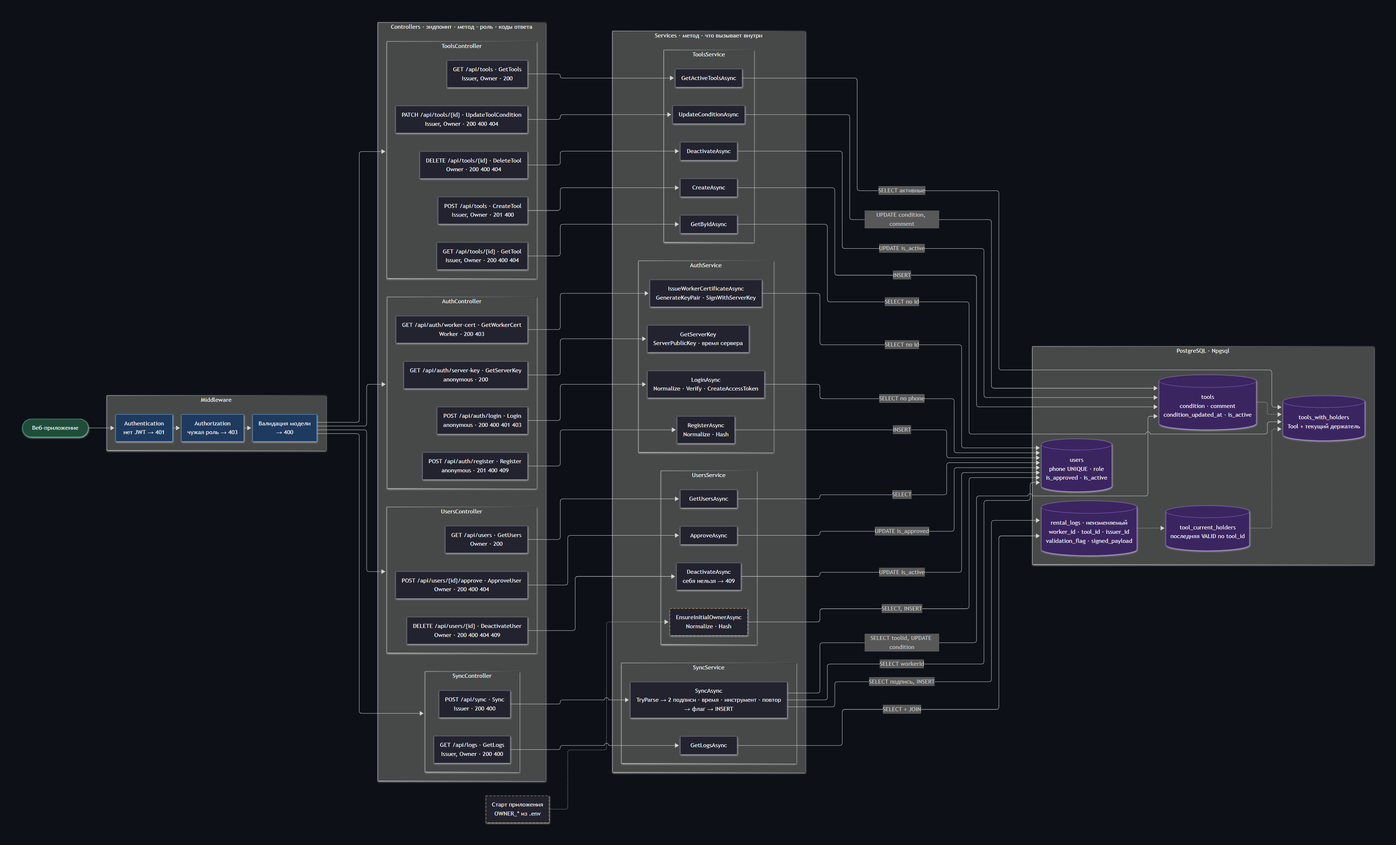
Earlier version of the Mermaid export docs/architecture/images/4-detailed.png (nelex12/account-this). Its source is kept beside it as docs/architecture/4-detailed.mmd.
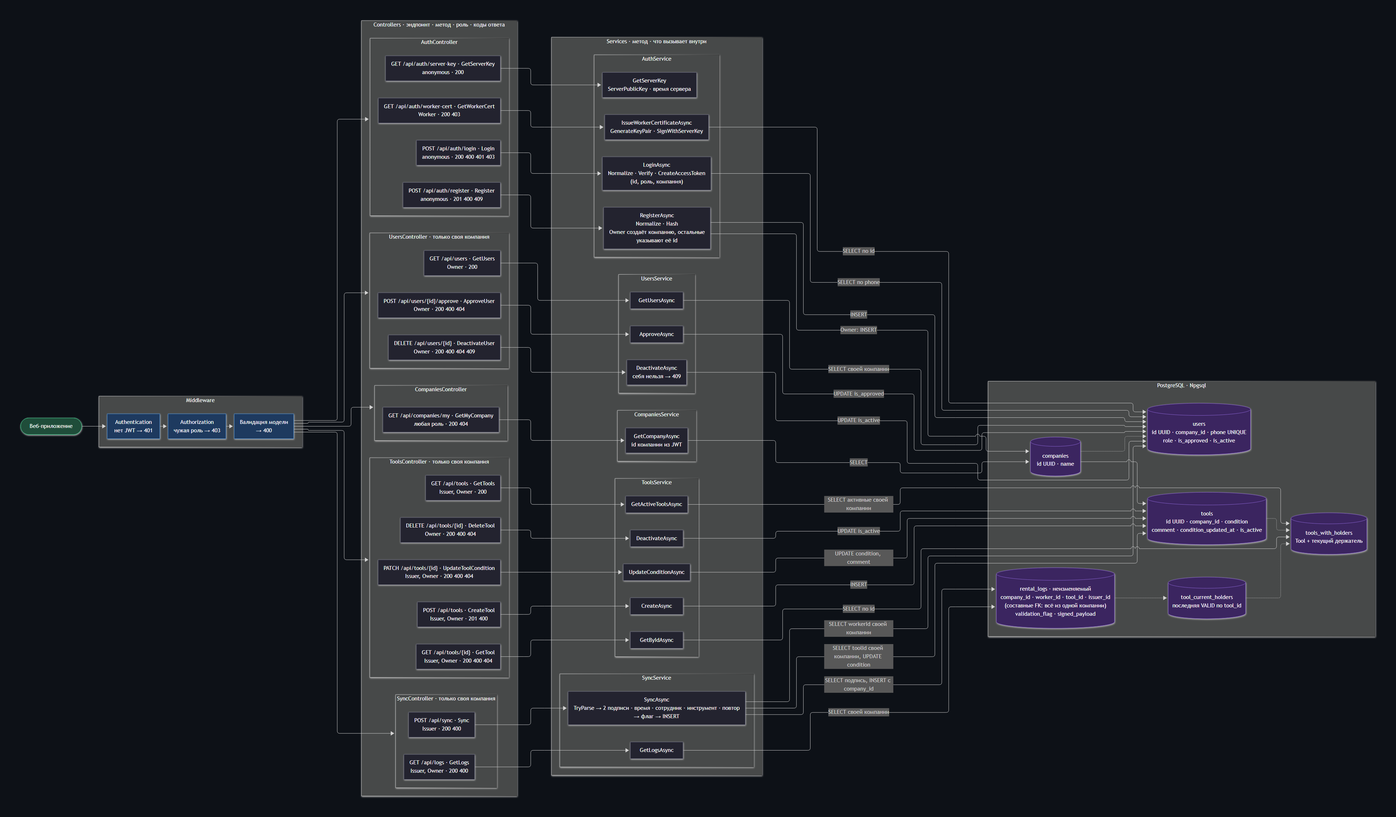
The same diagram one commit later.

Diff of the diagram source:
```diff
@@ -25,40 +25,43 @@
             E_key["GET /api/auth/server-key · GetServerKey<br/>anonymous · 200"]
             E_cert["GET /api/auth/worker-cert · GetWorkerCert<br/>Worker · 200 403"]
         end
-        subgraph UsersCtl["UsersController"]
+        subgraph CompaniesCtl["CompaniesController"]
+            E_companies["GET /api/companies/my · GetMyCompany<br/>любая роль · 200 404"]
+        end
+        subgraph UsersCtl["UsersController · только своя компания"]
             E_users["GET /api/users · GetUsers<br/>Owner · 200"]
             E_fire["DELETE /api/users/{id} · DeactivateUser<br/>Owner · 200 400 404 409"]
             E_approve["POST /api/users/{id}/approve · ApproveUser<br/>Owner · 200 400 404"]
         end
-        subgraph ToolsCtl["ToolsController"]
+        subgraph ToolsCtl["ToolsController · только своя компания"]
             E_tools["GET /api/tools · GetTools<br/>Issuer, Owner · 200"]
             E_tnew["POST /api/tools · CreateTool<br/>Issuer, Owner · 201 400"]
             E_tget["GET /api/tools/{id} · GetTool<br/>Issuer, Owner · 200 400 404"]
             E_tpatch["PATCH /api/tools/{id} · UpdateToolCondition<br/>Issuer, Owner · 200 400 404"]
             E_tdel["DELETE /api/tools/{id} · DeleteTool<br/>Owner · 200 400 404"]
         end
-        subgraph SyncCtl["SyncController"]
+        subgraph SyncCtl["SyncController · только своя компания"]
             E_sync["POST /api/sync · Sync<br/>Issuer · 200 400"]
             E_logs["GET /api/logs · GetLogs<br/>Issuer, Owner · 200 400"]
         end
     end
 
-    Valid --> AuthCtl & UsersCtl & ToolsCtl & SyncCtl
-
-    Startup["Старт приложения<br/>OWNER_* из .env"]
+    Valid --> AuthCtl & CompaniesCtl & UsersCtl & ToolsCtl & SyncCtl
 
     subgraph Services["Services · метод · что вызывает внутри"]
         subgraph AuthSvc["AuthService"]
-            S_reg["RegisterAsync<br/>Normalize · Hash"]
-            S_login["LoginAsync<br/>Normalize · Verify · CreateAccessToken"]
+            S_reg["RegisterAsync<br/>Normalize · Hash<br/>Owner создаёт компанию, остальные<br/>указывают её id"]
+            S_login["LoginAsync<br/>Normalize · Verify · CreateAccessToken<br/>(id, роль, компания)"]
             S_key["GetServerKey<br/>ServerPublicKey · время сервера"]
             S_cert["IssueWorkerCertificateAsync<br/>GenerateKeyPair · SignWithServerKey"]
+        end
+        subgraph CompaniesSvc["CompaniesService"]
+            S_companies["GetCompanyAsync<br/>id компании из JWT"]
         end
         subgraph UsersSvc["UsersService"]
             S_users["GetUsersAsync"]
             S_fire["DeactivateAsync<br/>себя нельзя → 409"]
             S_approve["ApproveAsync"]
-            S_owner["EnsureInitialOwnerAsync<br/>Normalize · Hash"]
         end
         subgraph ToolsSvc["ToolsService"]
             S_tools["GetActiveToolsAsync"]
@@ -68,7 +71,7 @@
             S_tdel["DeactivateAsync"]
         end
         subgraph SyncSvc["SyncService"]
-            S_sync["SyncAsync<br/>TryParse → 2 подписи · время · инструмент · повтор<br/>→ флаг → INSERT"]
+            S_sync["SyncAsync<br/>TryParse → 2 подписи · время · сотрудник · инструмент · повтор<br/>→ флаг → INSERT"]
             S_logs["GetLogsAsync"]
         end
     end
@@ -77,6 +80,7 @@
     E_login --> S_login
     E_key --> S_key
     E_cert --> S_cert
+    E_companies --> S_companies
     E_users --> S_users
     E_fire --> S_fire
     E_approve --> S_approve
@@ -87,47 +91,47 @@
     E_tdel --> S_tdel
     E_sync --> S_sync
     E_logs --> S_logs
-    Startup -.-> S_owner
 
     subgraph DB["PostgreSQL · Npgsql"]
-        users[("users<br/>phone UNIQUE · role<br/>is_approved · is_active")]
-        tools[("tools<br/>condition · comment<br/>condition_updated_at · is_active")]
-        logs[("rental_logs · неизменяемый<br/>worker_id · tool_id · issuer_id<br/>validation_flag · signed_payload")]
+        companies[("companies<br/>id UUID · name")]
+        users[("users<br/>id UUID · company_id · phone UNIQUE<br/>role · is_approved · is_active")]
+        tools[("tools<br/>id UUID · company_id · condition<br/>comment · condition_updated_at · is_active")]
+        logs[("rental_logs · неизменяемый<br/>company_id · worker_id · tool_id · issuer_id<br/>(составные FK: всё из одной компании)<br/>validation_flag · signed_payload")]
         v_cur[("tool_current_holders<br/>последняя VALID по tool_id")]
         v_tools[("tools_with_holders<br/>Tool + текущий держатель")]
     end
 
     S_reg -->|"INSERT"| users
+    S_reg -->|"Owner: INSERT"| companies
+    S_companies -->|"SELECT"| companies
     S_login -->|"SELECT по phone"| users
     S_cert -->|"SELECT по id"| users
-    S_users -->|"SELECT"| users
+    S_users -->|"SELECT своей компании"| users
     S_fire -->|"UPDATE is_active"| users
     S_approve -->|"UPDATE is_approved"| users
-    S_owner -->|"SELECT, INSERT"| users
 
-    S_tools -->|"SELECT активные"| v_tools
+    S_tools -->|"SELECT активные своей компании"| v_tools
     S_tget -->|"SELECT по id"| v_tools
     S_tnew -->|"INSERT"| tools
     S_tpatch -->|"UPDATE condition, comment"| tools
     S_tdel -->|"UPDATE is_active"| tools
 
-    S_sync -->|"SELECT workerId"| users
-    S_sync -->|"SELECT toolId, UPDATE condition"| tools
-    S_sync -->|"SELECT подпись, INSERT"| logs
-    S_logs -->|"SELECT + JOIN"| logs
+    S_sync -->|"SELECT workerId своей компании"| users
+    S_sync -->|"SELECT toolId своей компании, UPDATE condition"| tools
+    S_sync -->|"SELECT подпись, INSERT с company_id"| logs
+    S_logs -->|"SELECT своей компании"| logs
 
     logs -.-> v_cur -.-> v_tools
     tools -.-> v_tools
+    companies -.-> users & tools
 
     classDef actor fill:#1f4d3a,stroke:#3fb27f,color:#fff
     classDef mw fill:#1e3a5f,stroke:#4a8fd6,color:#fff
     classDef code fill:#23232f,stroke:#6b6b80,color:#fff
-    classDef planned fill:#23232f,stroke:#d6a84a,color:#fff,stroke-dasharray: 5 5
     classDef db fill:#3b2560,stroke:#8a63d2,color:#fff
 
     class Client actor
     class AuthN,AuthZ,Valid mw
-    class E_reg,E_login,E_key,E_cert,E_users,E_fire,E_approve,E_tools,E_tnew,E_tget,E_tpatch,E_tdel,E_sync,E_logs code
-    class S_reg,S_login,S_key,S_cert,S_users,S_fire,S_approve,S_tools,S_tnew,S_tget,S_tpatch,S_tdel,S_sync,S_logs code
-    class S_owner,Startup planned
-    class users,tools,logs,v_cur,v_tools db
+    class E_reg,E_login,E_key,E_cert,E_companies,E_users,E_fire,E_approve,E_tools,E_tnew,E_tget,E_tpatch,E_tdel,E_sync,E_logs code
+    class S_reg,S_login,S_key,S_cert,S_companies,S_users,S_fire,S_approve,S_tools,S_tnew,S_tget,S_tpatch,S_tdel,S_sync,S_logs code
+    class companies,users,tools,logs,v_cur,v_tools db
```
